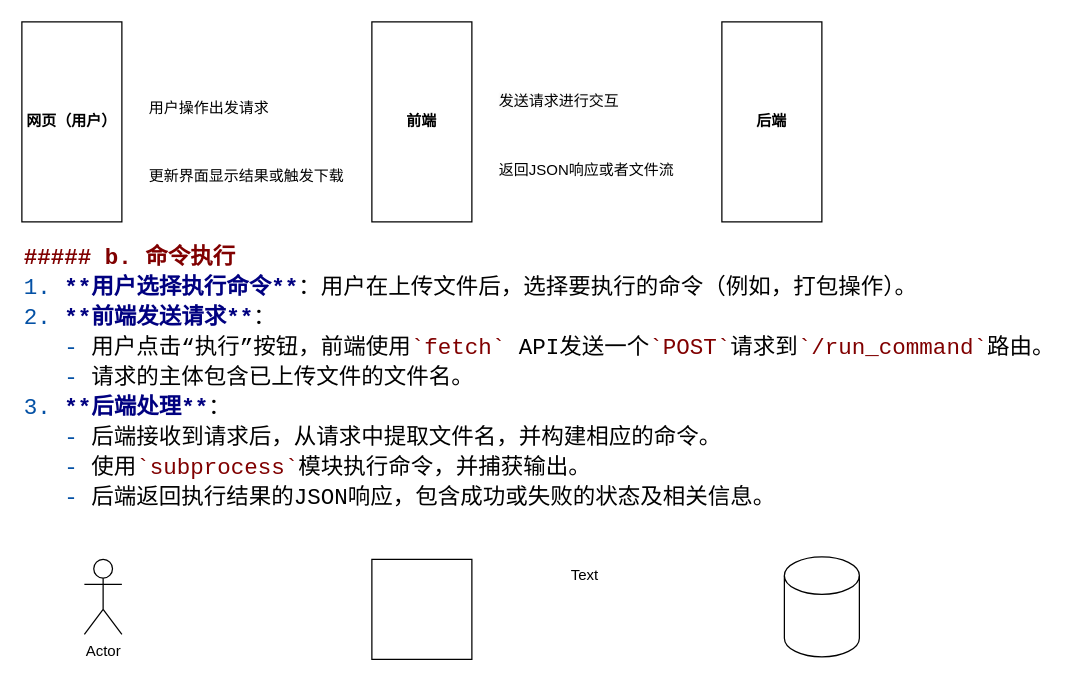
This is yaml.drawio from WHUT-LHT/hello-world, a draw.io file, before an edit. Source tidied: cells renumbered, new cells numbered last; positions are measured from the earlier drawing's top-left corner, leaving out a move shared by most shapes. Both pictures are drawn from the tidied source at 125%, with x=0, y=0 at pixel (21, 21).
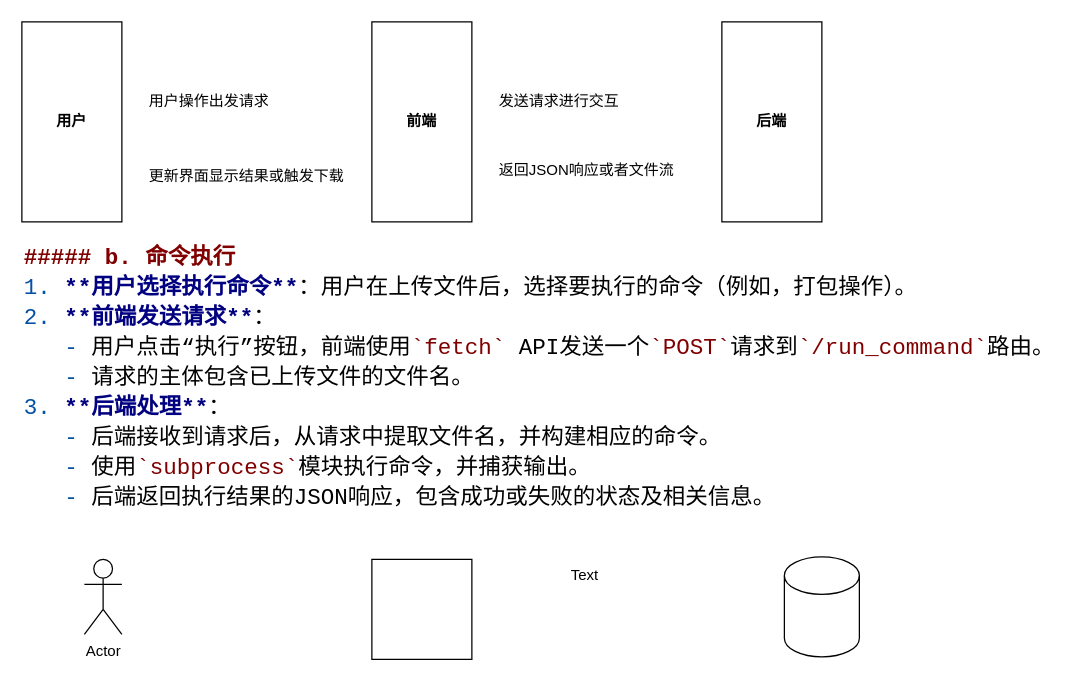
The same diagram, later.

Change to the diagram source:
```diff
@@
 <mxGraphModel>
   <root>
     <mxCell id="0" />
     <mxCell id="1" parent="0" />
-    <mxCell id="2" value="网页（用户）" style="whiteSpace=wrap;html=1;fontStyle=1;" parent="1" vertex="1">
+    <mxCell id="2" value="用户" style="whiteSpace=wrap;html=1;fontStyle=1;" parent="1" vertex="1">
       <mxGeometry width="80" height="160" as="geometry" />
     </mxCell>
     <mxCell id="3" value="前端" style="whiteSpace=wrap;html=1;fontStyle=1;" parent="1" vertex="1">
       <mxGeometry x="280" width="80" height="160" as="geometry" />
     </mxCell>
     <mxCell id="4" value="后端" style="whiteSpace=wrap;html=1;fontStyle=1;" parent="1" vertex="1">
       <mxGeometry x="560" width="80" height="160" as="geometry" />
     </mxCell>
     <mxCell id="5" value="用户操作出发请求" style="text;whiteSpace=wrap;html=1;" parent="1" vertex="1">
-      <mxGeometry x="100" y="55" width="180" height="50" as="geometry" />
+      <mxGeometry x="100" y="50" width="180" height="50" as="geometry" />
     </mxCell>
     <mxCell id="6" value="&lt;span style=&quot;color: rgb(0, 0, 0); font-family: Helvetica; font-size: 12px; font-style: normal; font-variant-ligatures: normal; font-variant-caps: normal; font-weight: 400; letter-spacing: normal; orphans: 2; text-align: left; text-indent: 0px; text-transform: none; widows: 2; word-spacing: 0px; -webkit-text-stroke-width: 0px; white-space: normal; background-color: rgb(251, 251, 251); text-decoration-thickness: initial; text-decoration-style: initial; text-decoration-color: initial; display: inline !important; float: none;&quot;&gt;发送请求进行交互&lt;/span&gt;" style="text;whiteSpace=wrap;html=1;" parent="1" vertex="1">
       <mxGeometry x="380" y="50" width="130" height="40" as="geometry" />
     </mxCell>
     <mxCell id="7" value="更新界面显示结果或触发下载" style="text;whiteSpace=wrap;html=1;" parent="1" vertex="1">
       <mxGeometry x="100" y="110" width="160" height="40" as="geometry" />
     </mxCell>
     <mxCell id="8" value="返回JSON响应或者文件流" style="text;whiteSpace=wrap;html=1;" parent="1" vertex="1">
       <mxGeometry x="380" y="105" width="150" height="40" as="geometry" />
     </mxCell>
     <mxCell id="9" value="&lt;div style=&quot;color: #000000;background-color: #ffffff;font-family: Consolas, 'Courier New', monospace;font-weight: normal;font-size: 18px;line-height: 24px;white-space: pre;&quot;&gt;&lt;div&gt;&lt;span style=&quot;color: #800000;font-weight: bold;&quot;&gt;##### b. 命令执行&lt;/span&gt;&lt;/div&gt;&lt;div&gt;&lt;span style=&quot;color: #0451a5;&quot;&gt;1.&lt;/span&gt;&lt;span style=&quot;color: #000000;&quot;&gt; &lt;/span&gt;&lt;span style=&quot;color: #000080;font-weight: bold;&quot;&gt;**用户选择执行命令**&lt;/span&gt;&lt;span style=&quot;color: #000000;&quot;&gt;：用户在上传文件后，选择要执行的命令（例如，打包操作）。&lt;/span&gt;&lt;/div&gt;&lt;div&gt;&lt;span style=&quot;color: #0451a5;&quot;&gt;2.&lt;/span&gt;&lt;span style=&quot;color: #000000;&quot;&gt; &lt;/span&gt;&lt;span style=&quot;color: #000080;font-weight: bold;&quot;&gt;**前端发送请求**&lt;/span&gt;&lt;span style=&quot;color: #000000;&quot;&gt;：&lt;/span&gt;&lt;/div&gt;&lt;div&gt;&lt;span style=&quot;color: #000000;&quot;&gt;&amp;nbsp; &amp;nbsp;&lt;/span&gt;&lt;span style=&quot;color: #0451a5;&quot;&gt;-&lt;/span&gt;&lt;span style=&quot;color: #000000;&quot;&gt; 用户点击“执行”按钮，前端使用&lt;/span&gt;&lt;span style=&quot;color: #800000;&quot;&gt;`fetch`&lt;/span&gt;&lt;span style=&quot;color: #000000;&quot;&gt; API发送一个&lt;/span&gt;&lt;span style=&quot;color: #800000;&quot;&gt;`POST`&lt;/span&gt;&lt;span style=&quot;color: #000000;&quot;&gt;请求到&lt;/span&gt;&lt;span style=&quot;color: #800000;&quot;&gt;`/run_command`&lt;/span&gt;&lt;span style=&quot;color: #000000;&quot;&gt;路由。&lt;/span&gt;&lt;/div&gt;&lt;div&gt;&lt;span style=&quot;color: #000000;&quot;&gt;&amp;nbsp; &amp;nbsp;&lt;/span&gt;&lt;span style=&quot;color: #0451a5;&quot;&gt;-&lt;/span&gt;&lt;span style=&quot;color: #000000;&quot;&gt; 请求的主体包含已上传文件的文件名。&lt;/span&gt;&lt;/div&gt;&lt;div&gt;&lt;span style=&quot;color: #0451a5;&quot;&gt;3.&lt;/span&gt;&lt;span style=&quot;color: #000000;&quot;&gt; &lt;/span&gt;&lt;span style=&quot;color: #000080;font-weight: bold;&quot;&gt;**后端处理**&lt;/span&gt;&lt;span style=&quot;color: #000000;&quot;&gt;：&lt;/span&gt;&lt;/div&gt;&lt;div&gt;&lt;span style=&quot;color: #000000;&quot;&gt;&amp;nbsp; &amp;nbsp;&lt;/span&gt;&lt;span style=&quot;color: #0451a5;&quot;&gt;-&lt;/span&gt;&lt;span style=&quot;color: #000000;&quot;&gt; 后端接收到请求后，从请求中提取文件名，并构建相应的命令。&lt;/span&gt;&lt;/div&gt;&lt;div&gt;&lt;span style=&quot;color: #000000;&quot;&gt;&amp;nbsp; &amp;nbsp;&lt;/span&gt;&lt;span style=&quot;color: #0451a5;&quot;&gt;-&lt;/span&gt;&lt;span style=&quot;color: #000000;&quot;&gt; 使用&lt;/span&gt;&lt;span style=&quot;color: #800000;&quot;&gt;`subprocess`&lt;/span&gt;&lt;span style=&quot;color: #000000;&quot;&gt;模块执行命令，并捕获输出。&lt;/span&gt;&lt;/div&gt;&lt;div&gt;&lt;span style=&quot;color: #000000;&quot;&gt;&amp;nbsp; &amp;nbsp;&lt;/span&gt;&lt;span style=&quot;color: #0451a5;&quot;&gt;-&lt;/span&gt;&lt;span style=&quot;color: #000000;&quot;&gt; 后端返回执行结果的JSON响应，包含成功或失败的状态及相关信息。&lt;/span&gt;&lt;/div&gt;&lt;/div&gt;" style="text;whiteSpace=wrap;html=1;" parent="1" vertex="1">
       <mxGeometry y="170" width="500" height="240" as="geometry" />
     </mxCell>
     <mxCell id="10" value="Actor" style="shape=umlActor;verticalLabelPosition=bottom;verticalAlign=top;html=1;" parent="1" vertex="1">
       <mxGeometry x="50" y="430" width="30" height="60" as="geometry" />
     </mxCell>
     <mxCell id="11" style="whiteSpace=wrap;html=1;" parent="1" vertex="1">
       <mxGeometry x="280" y="430" width="80" height="80" as="geometry" />
     </mxCell>
     <mxCell id="12" style="shape=cylinder3;whiteSpace=wrap;html=1;boundedLbl=1;backgroundOutline=1;size=15;" parent="1" vertex="1">
       <mxGeometry x="610" y="428" width="60" height="80" as="geometry" />
     </mxCell>
     <mxCell id="13" value="Text" style="text;html=1;align=center;verticalAlign=middle;strokeColor=none;fillColor=none;" parent="1" vertex="1">
       <mxGeometry x="425" y="428" width="50" height="30" as="geometry" />
     </mxCell>
   </root>
 </mxGraphModel>
```
